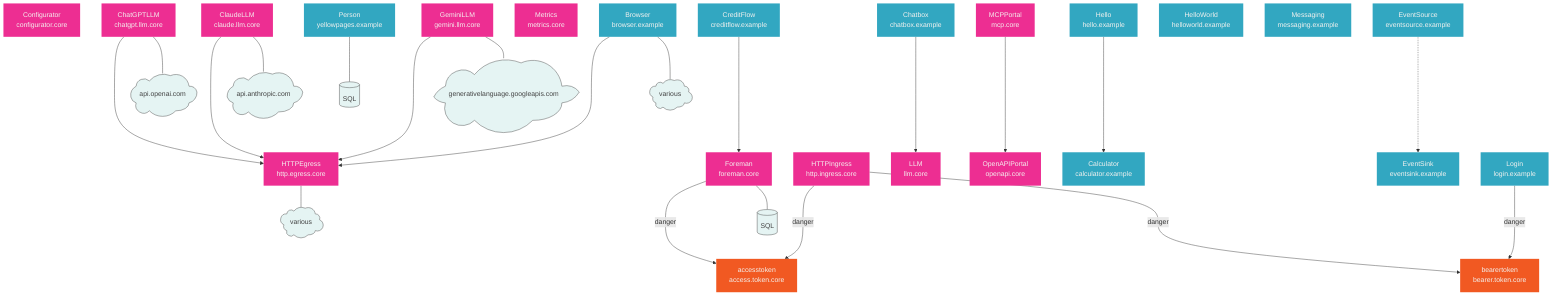
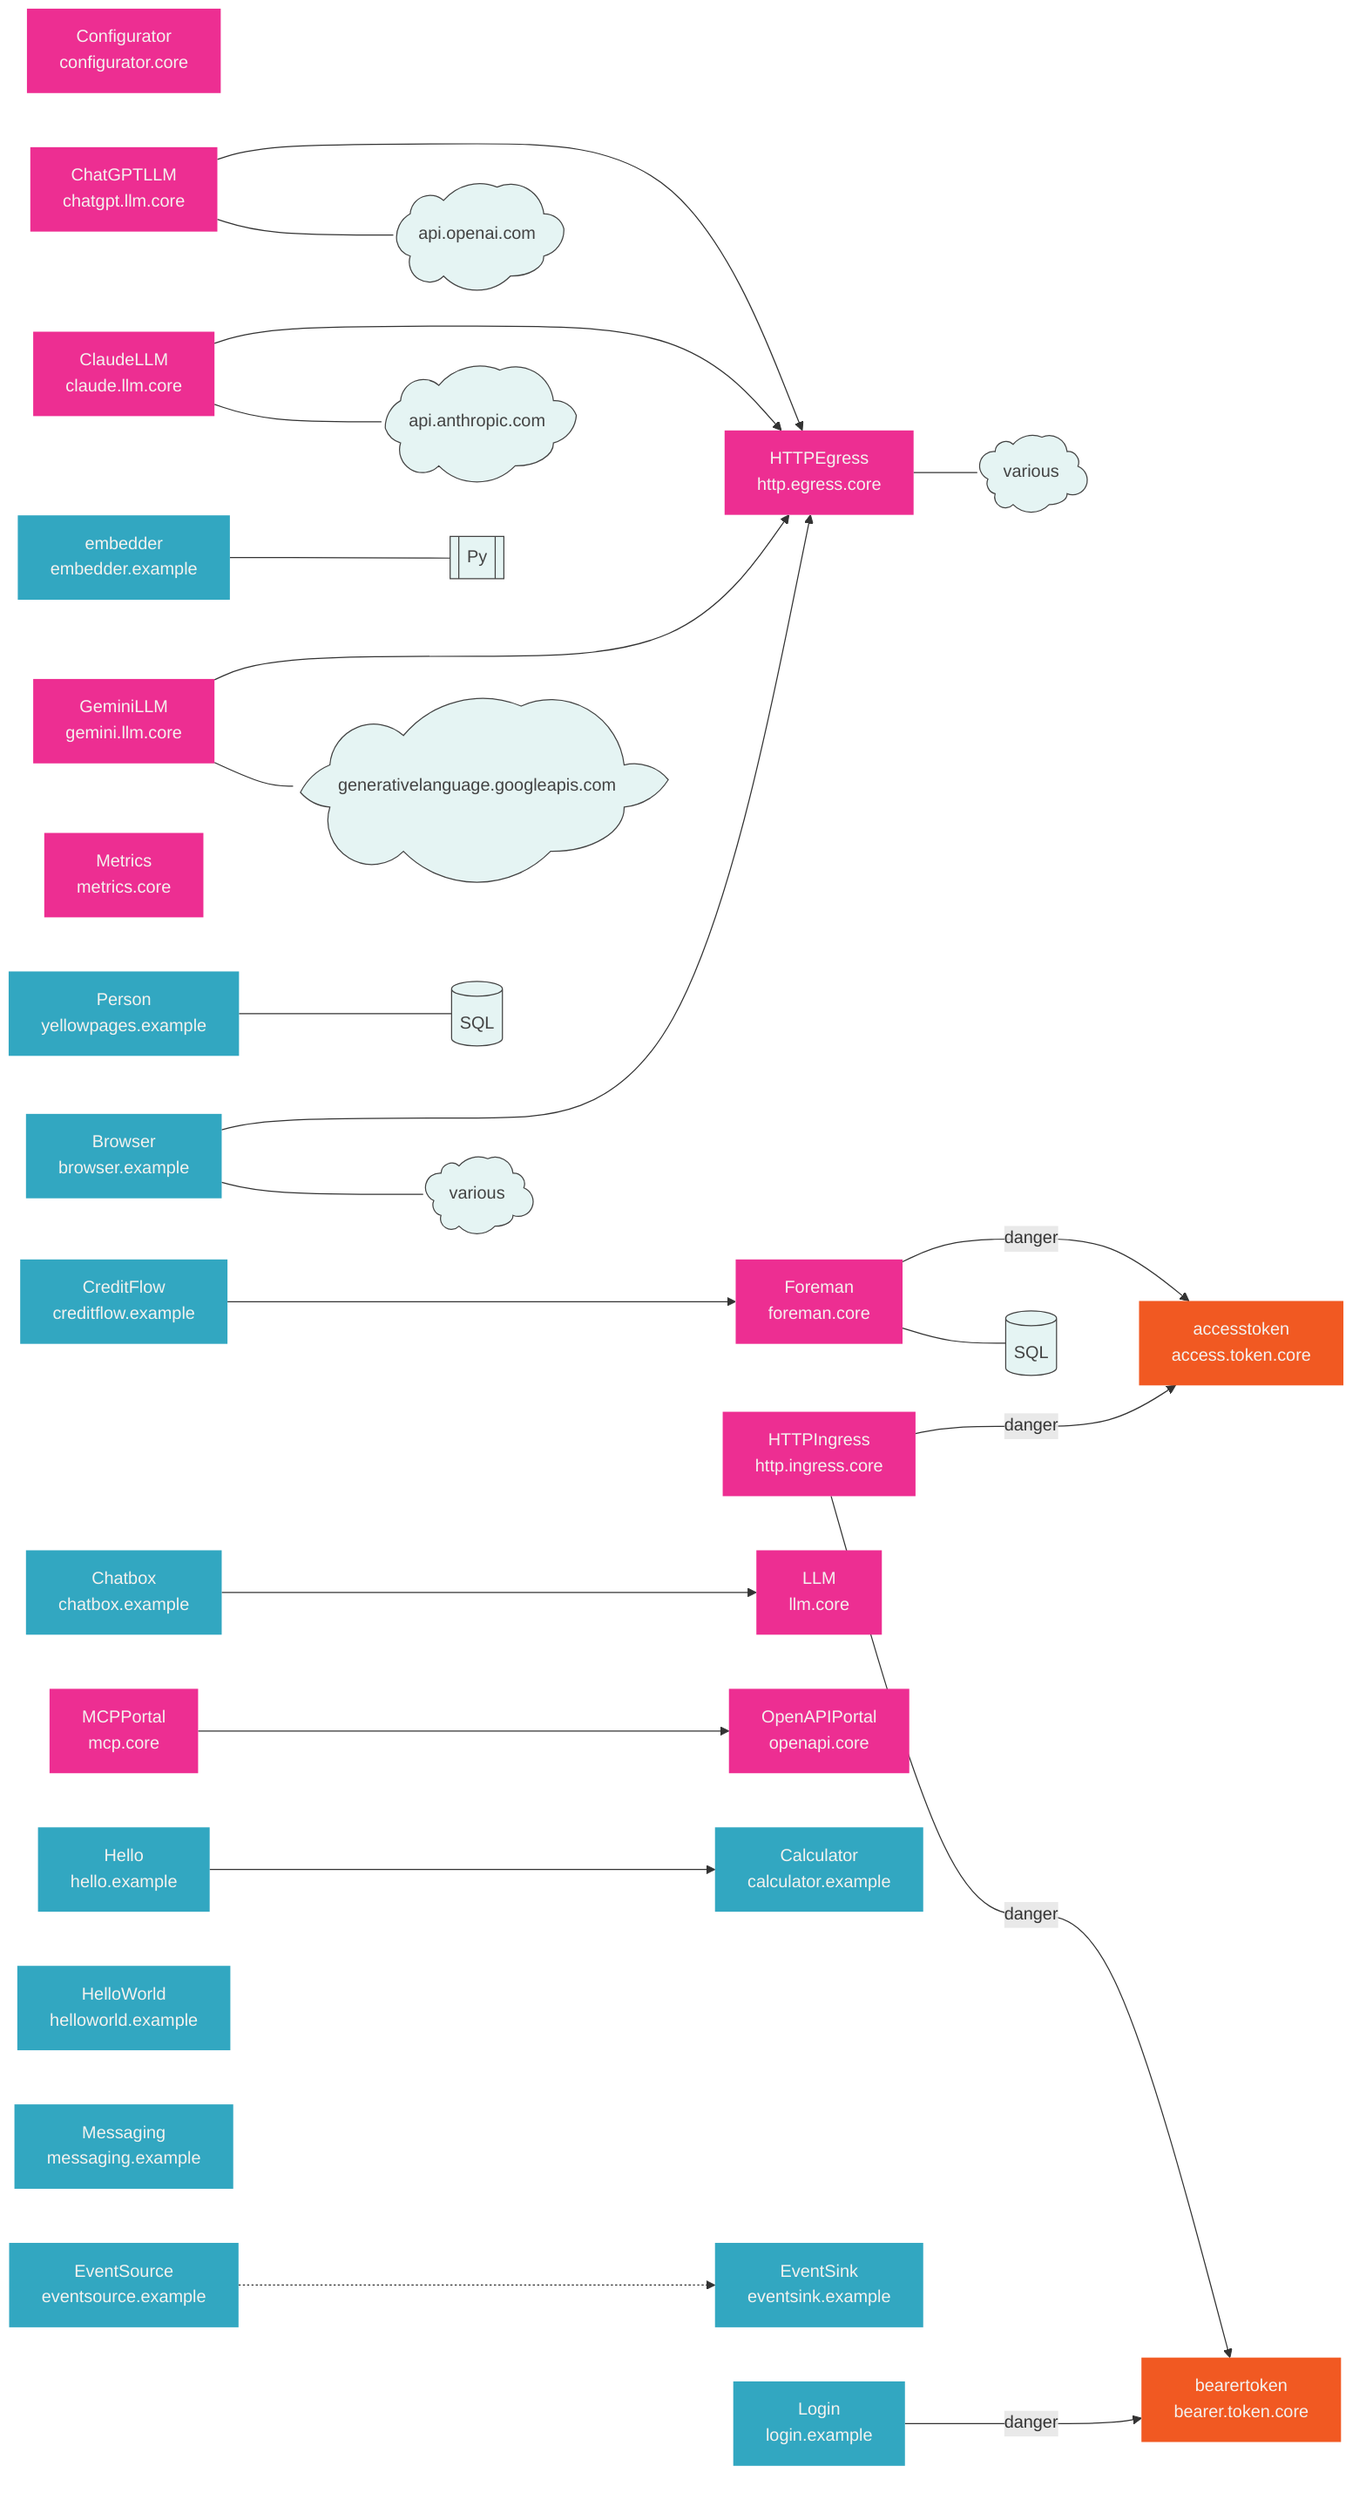
- graph TB
+ graph LR
    classDef core fill:#ed2e92,color:#f4f2ef,stroke-width:0px
    classDef svc fill:#32a7c1,color:#f4f2ef,stroke-width:0px
    classDef danger fill:#f15922,color:#f4f2ef,stroke-width:0px
    classDef ext fill:#e5f4f3,color:#434343,stroke:#434343

    configurator.core[Configurator<br>configurator.core]
    http.egress.core[HTTPEgress<br>http.egress.core] --- http.egress.core.cloud@{shape: cloud, label: "various"}
    foreman.core[Foreman<br>foreman.core] --->|danger| access.token.core[accesstoken<br>access.token.core]
    foreman.core --- foreman.core.db[(SQL)]
    http.ingress.core[HTTPIngress<br>http.ingress.core] --->|danger| access.token.core
    http.ingress.core --->|danger| bearer.token.core[bearertoken<br>bearer.token.core]
    llm.core[LLM<br>llm.core]
    chatgpt.llm.core[ChatGPTLLM<br>chatgpt.llm.core] ---> http.egress.core
    chatgpt.llm.core --- chatgpt.llm.core.cloud@{shape: cloud, label: "api.openai.com"}
    claude.llm.core[ClaudeLLM<br>claude.llm.core] ---> http.egress.core
    claude.llm.core --- claude.llm.core.cloud@{shape: cloud, label: "api.anthropic.com"}
    gemini.llm.core[GeminiLLM<br>gemini.llm.core] ---> http.egress.core
    gemini.llm.core --- gemini.llm.core.cloud@{shape: cloud, label: "generativelanguage.googleapis.com"}
    mcp.core[MCPPortal<br>mcp.core] ---> openapi.core[OpenAPIPortal<br>openapi.core]
    metrics.core[Metrics<br>metrics.core]
    browser.example[Browser<br>browser.example] ---> http.egress.core
    browser.example --- browser.example.cloud@{shape: cloud, label: "various"}
    calculator.example[Calculator<br>calculator.example]
    chatbox.example[Chatbox<br>chatbox.example] ---> llm.core
    creditflow.example[CreditFlow<br>creditflow.example] ---> foreman.core
+     embedder.example[embedder<br>embedder.example] --- embedder.example.py[[Py]]
    eventsource.example[EventSource<br>eventsource.example] -..-> eventsink.example[EventSink<br>eventsink.example]
    hello.example[Hello<br>hello.example] ---> calculator.example
    helloworld.example[HelloWorld<br>helloworld.example]
    login.example[Login<br>login.example] --->|danger| bearer.token.core
    messaging.example[Messaging<br>messaging.example]
    yellowpages.example[Person<br>yellowpages.example] --- yellowpages.example.db[(SQL)]

-     class browser.example,calculator.example,chatbox.example,creditflow.example,eventsink.example,eventsource.example,hello.example,helloworld.example,login.example,messaging.example,yellowpages.example svc
+     class browser.example,calculator.example,chatbox.example,creditflow.example,embedder.example,eventsink.example,eventsource.example,hello.example,helloworld.example,login.example,messaging.example,yellowpages.example svc
    class configurator.core,http.egress.core,foreman.core,http.ingress.core,llm.core,chatgpt.llm.core,claude.llm.core,gemini.llm.core,mcp.core,metrics.core,openapi.core core
    class access.token.core,bearer.token.core danger
-     class http.egress.core.cloud,foreman.core.db,chatgpt.llm.core.cloud,claude.llm.core.cloud,gemini.llm.core.cloud,browser.example.cloud,yellowpages.example.db ext
+     class http.egress.core.cloud,foreman.core.db,chatgpt.llm.core.cloud,claude.llm.core.cloud,gemini.llm.core.cloud,browser.example.cloud,embedder.example.py,yellowpages.example.db ext
